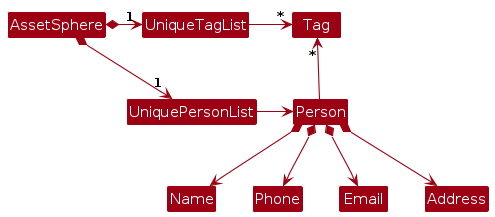
Before: diagrams/BetterModelClassDiagram.png, a diagram exported from PlantUML (AY2526S1-CS2103T-T13-2/tp). Its source is kept beside it as diagrams/BetterModelClassDiagram.puml.
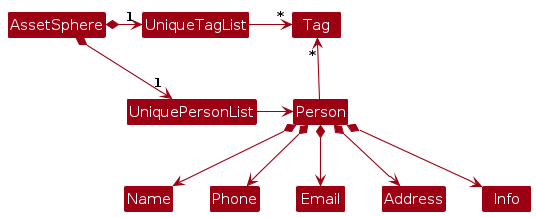
Later version of the same file.

Change to the diagram source:
```diff
@@ -18,4 +18,5 @@
 Person *--> Phone
 Person *--> Email
 Person *--> Address
+Person *--> Info
 @enduml
```
